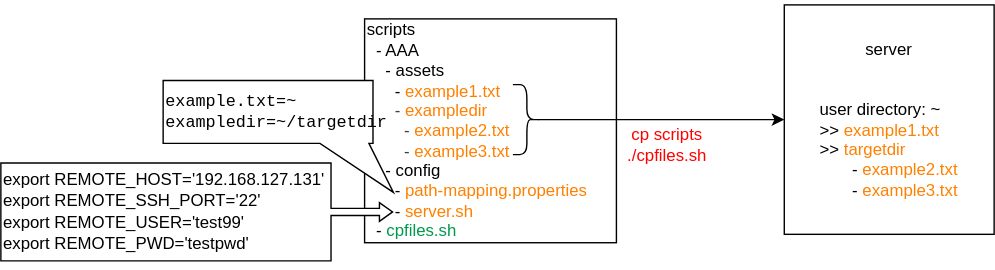
Earlier version of the draw.io export docs/assets/scripts/cpfiles.svg (saidake/simi-sandbox). Source tidied: cells renumbered, new cells last; positions are measured from the earlier drawing's top-left corner, leaving out a move shared by most shapes.
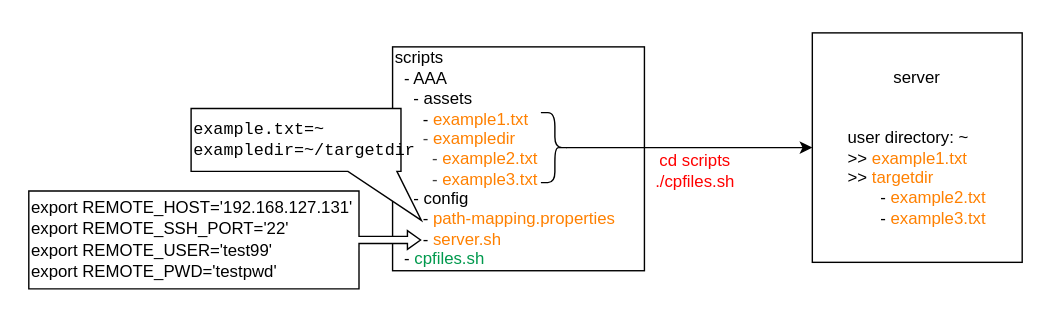
The same file after the commit.

Commit message:
[scripts] feat: Encapsulate common logic

The edit, as a diff of the source:
```diff
@@ -17,7 +17,7 @@
     <mxCell id="6" style="endArrow=classic;html=1;exitX=0.1;exitY=0.5;exitDx=0;exitDy=0;exitPerimeter=0;" parent="1" edge="1" source="5" target="8">
       <mxGeometry relative="1" as="geometry" />
     </mxCell>
-    <mxCell id="7" value="&lt;font style=&quot;font-size: 12px; color: rgb(255, 0, 0);&quot;&gt;cp scripts&lt;/font&gt;&lt;div&gt;&lt;font style=&quot;font-size: 12px; color: rgb(255, 0, 0);&quot;&gt;./cpfiles.sh&lt;/font&gt;&lt;/div&gt;" style="edgeLabel;html=1;align=center;verticalAlign=middle;" parent="6" vertex="1">
+    <mxCell id="7" value="&lt;font style=&quot;font-size: 12px; color: rgb(255, 0, 0);&quot;&gt;cd scripts&lt;/font&gt;&lt;div&gt;&lt;font style=&quot;font-size: 12px; color: rgb(255, 0, 0);&quot;&gt;./cpfiles.sh&lt;/font&gt;&lt;/div&gt;" style="edgeLabel;html=1;align=center;verticalAlign=middle;" parent="6" vertex="1">
       <mxGeometry x="0.13" y="3" relative="1" as="geometry">
         <mxPoint x="-8" y="20" as="offset" />
       </mxGeometry>
```
